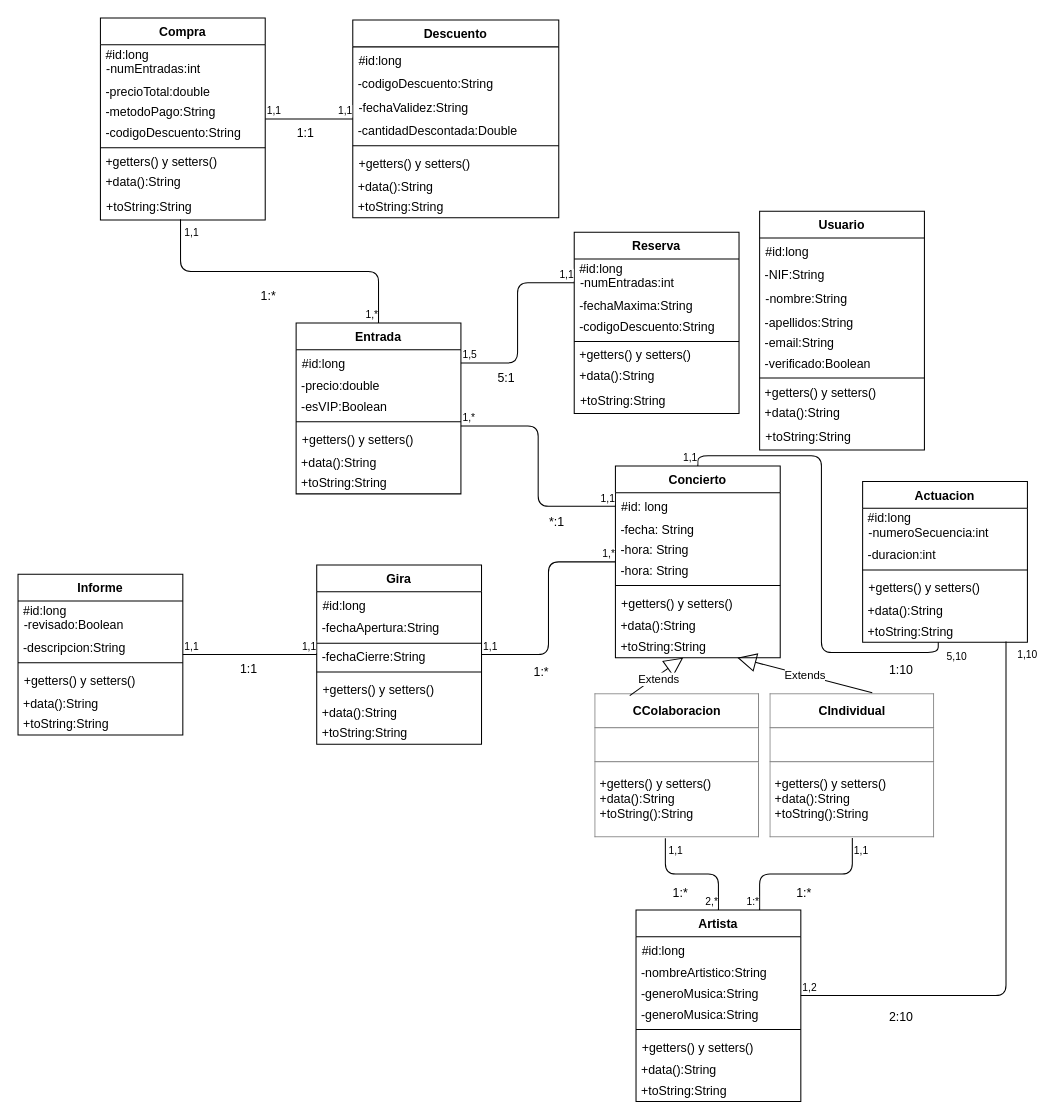
Before: Diagrama de clases.drawio in Lusaka12/AgenciaConciertos, a draw.io diagram. Source tidied: cells renumbered, new cells numbered last; positions are measured from the earlier drawing's top-left corner, leaving out a move shared by most shapes. Both pictures are drawn from the tidied source at 103%, with x=0, y=0 at pixel (18, 18).
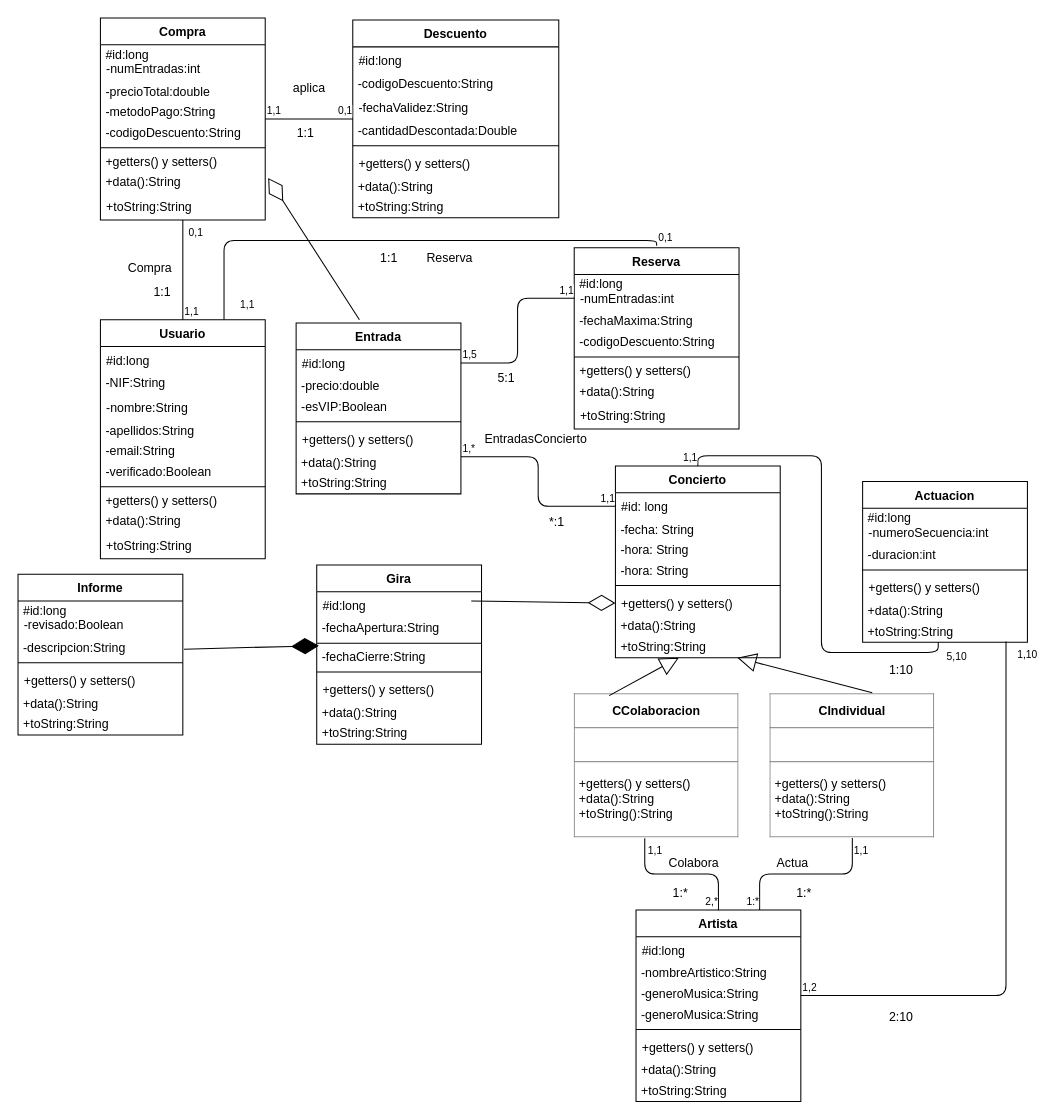
The same diagram, later.

Unchanged cells that the change refers to:
```xml
<mxCell id="2" value="Gira" style="swimlane;fontStyle=1;align=center;verticalAlign=top;horizontal=1;startSize=26;" parent="1" vertex="1">
  <mxGeometry x="290" y="531" width="160" height="174" as="geometry" />
</mxCell>
<mxCell id="6" value="&amp;nbsp;-fechaCierre:String" style="text;html=1;points=[];align=left;verticalAlign=top;spacingTop=-4;" parent="2" vertex="1">
  <mxGeometry y="80" width="160" height="20" as="geometry" />
</mxCell>
<mxCell id="11" value="Informe" style="swimlane;fontStyle=1;align=center;verticalAlign=top;horizontal=1;startSize=26;" parent="1" vertex="1">
  <mxGeometry y="540" width="160" height="156" as="geometry" />
</mxCell>
<mxCell id="14" value="&amp;nbsp;-descripcion:String" style="text;html=1;points=[];align=left;verticalAlign=top;spacingTop=-4;" parent="11" vertex="1">
  <mxGeometry y="62" width="160" height="20" as="geometry" />
</mxCell>
<mxCell id="36" value="Entrada" style="swimlane;fontStyle=1;align=center;verticalAlign=top;horizontal=1;startSize=26;" parent="1" vertex="1">
  <mxGeometry x="270" y="296" width="160" height="166" as="geometry" />
</mxCell>
<mxCell id="55" value="Compra" style="swimlane;fontStyle=1;align=center;verticalAlign=top;horizontal=1;startSize=26;" parent="1" vertex="1">
  <mxGeometry x="80" width="160" height="196" as="geometry" />
</mxCell>
<mxCell id="63" value="&amp;nbsp;+data():String" style="text;html=1;points=[];align=left;verticalAlign=top;spacingTop=-4;" parent="55" vertex="1">
  <mxGeometry y="150" width="160" height="20" as="geometry" />
</mxCell>
<mxCell id="64" value="+toString:String" style="text;strokeColor=none;fillColor=none;align=left;verticalAlign=top;spacingLeft=4;spacingRight=4;overflow=hidden;points=[[0,0.5],[1,0.5]];portConstraint=eastwest;" parent="55" vertex="1">
  <mxGeometry y="170" width="160" height="26" as="geometry" />
</mxCell>
<mxCell id="84" value="&lt;table border=&quot;1&quot; width=&quot;100%&quot; cellpadding=&quot;4&quot; style=&quot;width: 100% ; height: 100% ; border-collapse: collapse&quot;&gt;&lt;tbody&gt;&lt;tr&gt;&lt;th align=&quot;center&quot;&gt;CIndividual&lt;/th&gt;&lt;/tr&gt;&lt;tr&gt;&lt;td align=&quot;center&quot;&gt;&lt;br&gt;&lt;/td&gt;&lt;/tr&gt;&lt;tr&gt;&lt;td align=&quot;center&quot;&gt;&lt;div style=&quot;text-align: left&quot;&gt;+getters() y setters()&lt;/div&gt;&lt;div style=&quot;text-align: left&quot;&gt;+data():String&lt;/div&gt;&lt;div style=&quot;text-align: left&quot;&gt;+toString():String&lt;/div&gt;&lt;/td&gt;&lt;/tr&gt;&lt;/tbody&gt;&lt;/table&gt;" style="text;html=1;strokeColor=none;fillColor=none;overflow=fill;" parent="1" vertex="1">
  <mxGeometry x="730" y="656" width="160" height="140" as="geometry" />
</mxCell>
<mxCell id="85" value="Concierto" style="swimlane;fontStyle=1;align=center;verticalAlign=top;horizontal=1;startSize=26;" parent="1" vertex="1">
  <mxGeometry x="580" y="435" width="160" height="186" as="geometry" />
</mxCell>
<mxCell id="86" value="#id: long" style="text;strokeColor=none;fillColor=none;align=left;verticalAlign=top;spacingLeft=4;spacingRight=4;overflow=hidden;points=[[0,0.5],[1,0.5]];portConstraint=eastwest;" parent="85" vertex="1">
  <mxGeometry y="26" width="160" height="26" as="geometry" />
</mxCell>
<mxCell id="91" value="+getters() y setters()&#10; " style="text;strokeColor=none;fillColor=none;align=left;verticalAlign=top;spacingLeft=4;spacingRight=4;overflow=hidden;points=[[0,0.5],[1,0.5]];portConstraint=eastwest;" parent="85" vertex="1">
  <mxGeometry y="120" width="160" height="26" as="geometry" />
</mxCell>
<mxCell id="93" value="&amp;nbsp;+toString:String" style="text;html=1;points=[];align=left;verticalAlign=top;spacingTop=-4;" parent="85" vertex="1">
  <mxGeometry y="166" width="160" height="20" as="geometry" />
</mxCell>
<mxCell id="103" style="endArrow=none;html=1;edgeStyle=orthogonalEdgeStyle;" parent="1" edge="1" source="55" target="74">
  <mxGeometry relative="1" as="geometry" />
</mxCell>
```

Change to the diagram source:
```diff
@@
+    <mxCell id="136" style="endArrow=diamondThin;endFill=0;endSize=24;html=1;fontColor=none;entryX=0;entryY=0.5;entryDx=0;entryDy=0;" parent="2" edge="1" target="91">
+      <mxGeometry relative="1" as="geometry">
+        <mxPoint x="150" y="35" as="sourcePoint" />
+      </mxGeometry>
+    </mxCell>
@@
     <mxCell id="44" value="Usuario" style="swimlane;fontStyle=1;align=center;verticalAlign=top;horizontal=1;startSize=26;" parent="1" vertex="1">
-      <mxGeometry x="720" y="187.5" width="160" height="232" as="geometry" />
+      <mxGeometry x="80" y="293" width="160" height="232" as="geometry" />
     </mxCell>
@@
     <mxCell id="65" value="Reserva" style="swimlane;fontStyle=1;align=center;verticalAlign=top;horizontal=1;startSize=26;" parent="1" vertex="1">
-      <mxGeometry x="540" y="208" width="160" height="176" as="geometry" />
+      <mxGeometry x="540" y="223" width="160" height="176" as="geometry" />
     </mxCell>
@@
+    <mxCell id="137" style="endArrow=none;html=1;edgeStyle=orthogonalEdgeStyle;fontColor=none;entryX=0.75;entryY=0;entryDx=0;entryDy=0;" parent="65" edge="1" target="44">
+      <mxGeometry relative="1" as="geometry">
+        <mxPoint x="80" y="-2" as="sourcePoint" />
+        <Array as="points">
+          <mxPoint x="80" y="-7" />
+          <mxPoint x="-340" y="-7" />
+        </Array>
+      </mxGeometry>
+    </mxCell>
+    <mxCell id="138" value="0,1" style="html=1;align=left;verticalAlign=bottom;labelBackgroundColor=#ffffff;fontSize=10;" parent="137" vertex="1">
+      <mxGeometry x="-1" relative="1" as="geometry" />
+    </mxCell>
+    <mxCell id="98" value="1,1" style="html=1;align=right;verticalAlign=bottom;labelBackgroundColor=#ffffff;fontSize=10;" parent="137" vertex="1">
+      <mxGeometry x="1" relative="1" as="geometry">
+        <mxPoint x="30" y="-7" as="offset" />
+      </mxGeometry>
+    </mxCell>
@@
     <mxCell id="83" value="&lt;table border=&quot;1&quot; width=&quot;100%&quot; cellpadding=&quot;4&quot; style=&quot;width: 100% ; height: 100% ; border-collapse: collapse&quot;&gt;&lt;tbody&gt;&lt;tr&gt;&lt;th align=&quot;center&quot;&gt;CColaboracion&lt;/th&gt;&lt;/tr&gt;&lt;tr&gt;&lt;td align=&quot;center&quot;&gt;&lt;br&gt;&lt;/td&gt;&lt;/tr&gt;&lt;tr&gt;&lt;td align=&quot;center&quot;&gt;&lt;div style=&quot;text-align: left&quot;&gt;&lt;span style=&quot;text-align: left&quot;&gt;+getters() y setters()&lt;/span&gt;&lt;/div&gt;&lt;div style=&quot;text-align: left&quot;&gt;&lt;span style=&quot;text-align: left&quot;&gt;+data():String&lt;/span&gt;&lt;/div&gt;&lt;div style=&quot;text-align: left&quot;&gt;&lt;span style=&quot;text-align: left&quot;&gt;+toString():String&lt;/span&gt;&lt;/div&gt;&lt;/td&gt;&lt;/tr&gt;&lt;/tbody&gt;&lt;/table&gt;" style="text;html=1;strokeColor=none;fillColor=none;overflow=fill;" parent="1" vertex="1">
-      <mxGeometry x="560" y="656" width="160" height="140" as="geometry" />
+      <mxGeometry x="540" y="656" width="160" height="140" as="geometry" />
     </mxCell>
@@
-    <mxCell id="94" value="Extends" style="endArrow=block;endSize=16;endFill=0;html=1;exitX=0.212;exitY=0.013;exitDx=0;exitDy=0;exitPerimeter=0;" parent="1" edge="1" source="83" target="93">
-      <mxGeometry x="0.02" y="-3" relative="1" as="geometry" />
+    <mxCell id="94" value="Extends" style="endArrow=block;endSize=16;endFill=0;exitX=0.212;exitY=0.013;exitDx=0;exitDy=0;exitPerimeter=0;html=1;noLabel=1;fontColor=none;" parent="1" edge="1" source="83" target="93">
+      <mxGeometry x="0.96" y="-39" relative="1" as="geometry" />
     </mxCell>
-    <mxCell id="95" value="Extends" style="endArrow=block;endSize=16;endFill=0;html=1;exitX=0.621;exitY=-0.006;exitDx=0;exitDy=0;exitPerimeter=0;" parent="1" edge="1" source="84" target="93">
+    <mxCell id="95" value="Extends" style="endArrow=block;endSize=16;endFill=0;html=1;exitX=0.621;exitY=-0.006;exitDx=0;exitDy=0;exitPerimeter=0;noLabel=1;fontColor=none;" parent="1" edge="1" source="84" target="93">
       <mxGeometry relative="1" as="geometry" />
     </mxCell>
-    <mxCell id="96" style="endArrow=none;html=1;edgeStyle=orthogonalEdgeStyle;" parent="1" edge="1" source="11" target="2">
-      <mxGeometry relative="1" as="geometry" />
-    </mxCell>
-    <mxCell id="97" value="1,1" style="html=1;align=left;verticalAlign=bottom;labelBackgroundColor=#ffffff;fontSize=10;" parent="96" vertex="1">
-      <mxGeometry x="-1" relative="1" as="geometry" />
-    </mxCell>
-    <mxCell id="98" value="1,1" style="html=1;align=right;verticalAlign=bottom;labelBackgroundColor=#ffffff;fontSize=10;" parent="96" vertex="1">
-      <mxGeometry x="1" relative="1" as="geometry" />
-    </mxCell>
-    <mxCell id="99" style="endArrow=none;html=1;edgeStyle=orthogonalEdgeStyle;" parent="1" edge="1" source="2" target="85">
-      <mxGeometry relative="1" as="geometry" />
-    </mxCell>
-    <mxCell id="100" value="1,1" style="html=1;align=left;verticalAlign=bottom;labelBackgroundColor=#ffffff;fontSize=10;" parent="99" vertex="1">
-      <mxGeometry x="-1" relative="1" as="geometry" />
-    </mxCell>
-    <mxCell id="101" value="1,*" style="html=1;align=right;verticalAlign=bottom;labelBackgroundColor=#ffffff;fontSize=10;" parent="99" vertex="1">
-      <mxGeometry x="1" relative="1" as="geometry" />
-    </mxCell>
-    <mxCell id="102" value="1:1" style="text;strokeColor=none;fillColor=none;align=left;verticalAlign=top;spacingLeft=4;spacingRight=4;overflow=hidden;" parent="1" vertex="1">
-      <mxGeometry x="210" y="618" width="30" height="26" as="geometry" />
-    </mxCell>
@@
-    <mxCell id="105" value="1,1" style="html=1;align=right;verticalAlign=bottom;labelBackgroundColor=#ffffff;fontSize=10;" parent="103" vertex="1">
+    <mxCell id="105" value="0,1" style="html=1;align=right;verticalAlign=bottom;labelBackgroundColor=#ffffff;fontSize=10;" parent="103" vertex="1">
       <mxGeometry x="1" relative="1" as="geometry" />
     </mxCell>
@@
     <mxCell id="111" style="endArrow=none;html=1;edgeStyle=orthogonalEdgeStyle;entryX=0;entryY=0.5;entryDx=0;entryDy=0;" parent="1" edge="1" source="36" target="86">
       <mxGeometry relative="1" as="geometry">
         <Array as="points">
-          <mxPoint x="505" y="396" />
+          <mxPoint x="505" y="426" />
           <mxPoint x="505" y="474" />
         </Array>
       </mxGeometry>
     </mxCell>
@@
-    <mxCell id="123" style="endArrow=none;html=1;edgeStyle=orthogonalEdgeStyle;entryX=0.5;entryY=0;entryDx=0;entryDy=0;exitX=0.486;exitY=0.976;exitDx=0;exitDy=0;exitPerimeter=0;" parent="1" edge="1" source="64" target="36">
-      <mxGeometry relative="1" as="geometry" />
-    </mxCell>
-    <mxCell id="124" value="1,1" style="html=1;align=left;verticalAlign=bottom;labelBackgroundColor=#ffffff;fontSize=10;" parent="123" vertex="1">
-      <mxGeometry x="-1" relative="1" as="geometry">
-        <mxPoint x="2" y="21" as="offset" />
-      </mxGeometry>
-    </mxCell>
-    <mxCell id="125" value="1,*" style="html=1;align=right;verticalAlign=bottom;labelBackgroundColor=#ffffff;fontSize=10;" parent="123" vertex="1">
-      <mxGeometry x="1" relative="1" as="geometry" />
-    </mxCell>
-    <mxCell id="126" value="1:*" style="text;strokeColor=none;fillColor=none;align=left;verticalAlign=top;spacingLeft=4;spacingRight=4;overflow=hidden;" parent="1" vertex="1">
-      <mxGeometry x="230" y="256" width="35" height="26" as="geometry" />
-    </mxCell>
@@
-    <mxCell id="135" value="1:*" style="text;strokeColor=none;fillColor=none;align=left;verticalAlign=top;spacingLeft=4;spacingRight=4;overflow=hidden;" parent="1" vertex="1">
-      <mxGeometry x="495" y="621" width="30" height="26" as="geometry" />
-    </mxCell>
+    <mxCell id="139" value="aplica" style="text;html=1;strokeColor=none;fillColor=none;align=center;verticalAlign=middle;whiteSpace=wrap;rounded=0;" parent="1" vertex="1">
+      <mxGeometry x="263" y="58" width="40" height="20" as="geometry" />
+    </mxCell>
+    <mxCell id="140" value="EntradasConcierto" style="text;html=1;strokeColor=none;fillColor=none;align=center;verticalAlign=middle;whiteSpace=wrap;rounded=0;" parent="1" vertex="1">
+      <mxGeometry x="483" y="399" width="40" height="20" as="geometry" />
+    </mxCell>
+    <mxCell id="141" style="endArrow=none;html=1;edgeStyle=orthogonalEdgeStyle;fontColor=none;exitX=0.5;exitY=0;exitDx=0;exitDy=0;" parent="1" edge="1" source="44" target="55">
+      <mxGeometry relative="1" as="geometry" />
+    </mxCell>
+    <mxCell id="142" value="1,1" style="html=1;align=left;verticalAlign=bottom;labelBackgroundColor=#ffffff;fontSize=10;" parent="141" vertex="1">
+      <mxGeometry x="-1" relative="1" as="geometry" />
+    </mxCell>
+    <mxCell id="143" value="0,1" style="html=1;align=right;verticalAlign=bottom;labelBackgroundColor=#ffffff;fontSize=10;" parent="141" vertex="1">
+      <mxGeometry x="1" relative="1" as="geometry">
+        <mxPoint x="20" y="20" as="offset" />
+      </mxGeometry>
+    </mxCell>
+    <mxCell id="144" value="Compra" style="text;html=1;align=left;verticalAlign=top;spacingTop=-4;fontColor=none;" parent="1" vertex="1">
+      <mxGeometry x="105" y="233" width="60" height="10" as="geometry" />
+    </mxCell>
+    <mxCell id="145" value="Reserva" style="text;html=1;align=left;verticalAlign=top;spacingTop=-4;fontColor=none;" parent="1" vertex="1">
+      <mxGeometry x="395" y="223" width="60" height="10" as="geometry" />
+    </mxCell>
+    <mxCell id="146" value="1:1" style="text;html=1;align=left;verticalAlign=top;spacingTop=-4;fontColor=none;" parent="1" vertex="1">
+      <mxGeometry x="130" y="256" width="30" height="10" as="geometry" />
+    </mxCell>
+    <mxCell id="147" value="1:1" style="text;html=1;align=left;verticalAlign=top;spacingTop=-4;fontColor=none;" parent="1" vertex="1">
+      <mxGeometry x="350" y="223" width="30" height="10" as="geometry" />
+    </mxCell>
+    <mxCell id="148" style="endArrow=diamondThin;endFill=1;endSize=24;html=1;fontColor=none;exitX=1.007;exitY=0.538;exitDx=0;exitDy=0;exitPerimeter=0;entryX=0.013;entryY=-0.079;entryDx=0;entryDy=0;entryPerimeter=0;" parent="1" edge="1" source="14" target="6">
+      <mxGeometry relative="1" as="geometry" />
+    </mxCell>
+    <mxCell id="149" style="endArrow=diamondThin;endFill=0;endSize=24;html=1;fontColor=none;entryX=1.018;entryY=0.265;entryDx=0;entryDy=0;entryPerimeter=0;exitX=0.384;exitY=-0.018;exitDx=0;exitDy=0;exitPerimeter=0;" parent="1" edge="1" source="36" target="63">
+      <mxGeometry relative="1" as="geometry" />
+    </mxCell>
+    <mxCell id="150" value="Actua" style="text;html=1;align=left;verticalAlign=top;spacingTop=-4;fontColor=none;" parent="1" vertex="1">
+      <mxGeometry x="735" y="811" width="50" height="10" as="geometry" />
+    </mxCell>
+    <mxCell id="151" value="Colabora" style="text;html=1;align=left;verticalAlign=top;spacingTop=-4;fontColor=none;" parent="1" vertex="1">
+      <mxGeometry x="630" y="811" width="60" height="10" as="geometry" />
+    </mxCell>
```
